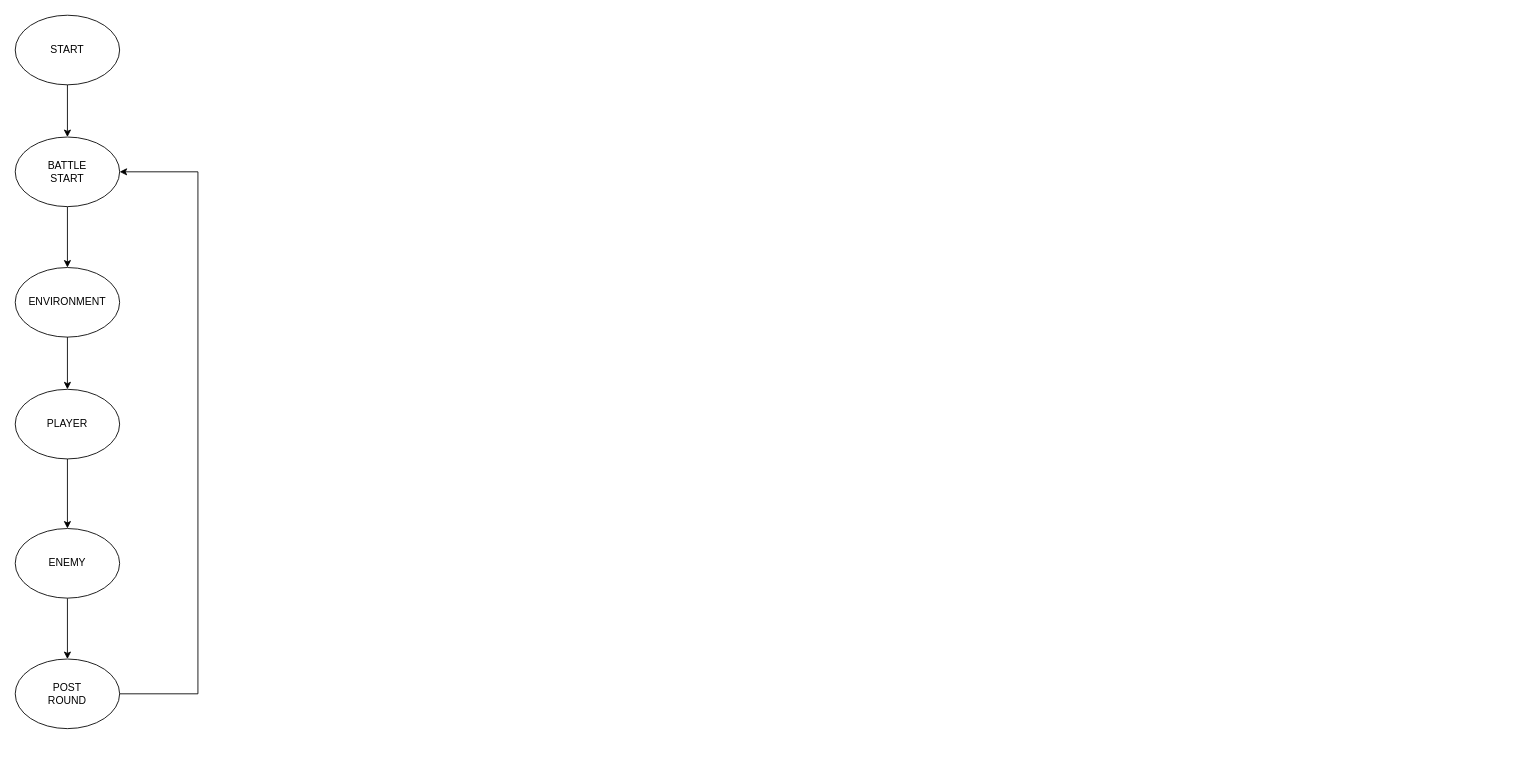
Before: Untitled Diagram.drawio in kielsan/Drawio, a draw.io diagram. Source tidied: cells renumbered, new cells numbered last; positions are measured from the earlier drawing's top-left corner, leaving out a move shared by most shapes. Both pictures are drawn from the tidied source at 87%, with x=0, y=0 at pixel (15, 15).
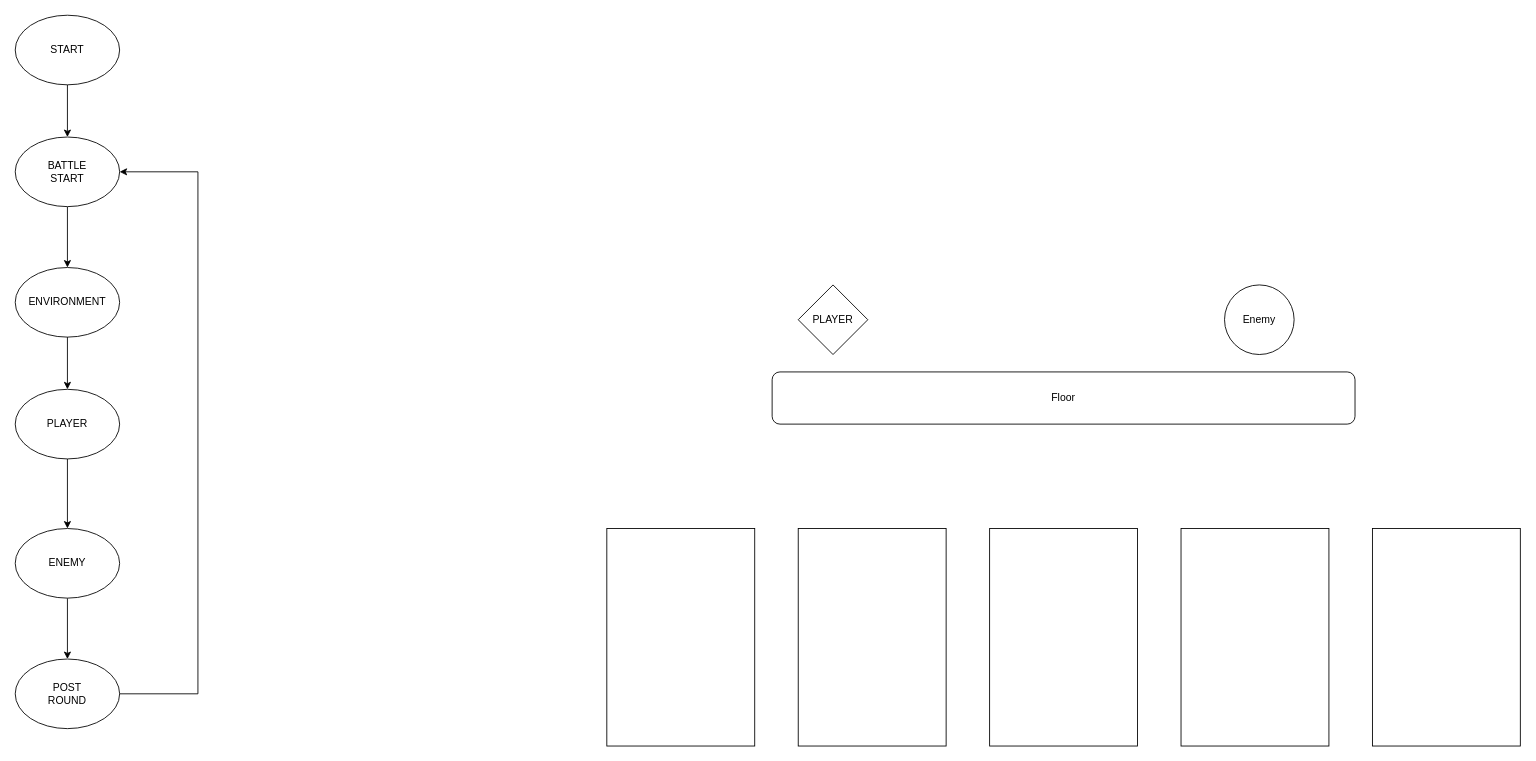
The same page after the edit.

Diff of the diagram source:
```diff
@@
+    <mxCell id="14" value="Floor" style="rounded=1;whiteSpace=wrap;html=1;" parent="1" vertex="1">
+      <mxGeometry x="870" y="410" width="670" height="60" as="geometry" />
+    </mxCell>
+    <mxCell id="15" value="Enemy" style="ellipse;whiteSpace=wrap;html=1;" parent="1" vertex="1">
+      <mxGeometry x="1390" y="310" width="80" height="80" as="geometry" />
+    </mxCell>
+    <mxCell id="16" value="PLAYER" style="rhombus;whiteSpace=wrap;html=1;" parent="1" vertex="1">
+      <mxGeometry x="900" y="310" width="80" height="80" as="geometry" />
+    </mxCell>
+    <mxCell id="17" style="whiteSpace=wrap;html=1;" parent="1" vertex="1">
+      <mxGeometry x="680" y="590" width="170" height="250" as="geometry" />
+    </mxCell>
+    <mxCell id="18" style="whiteSpace=wrap;html=1;" parent="1" vertex="1">
+      <mxGeometry x="900" y="590" width="170" height="250" as="geometry" />
+    </mxCell>
+    <mxCell id="19" style="whiteSpace=wrap;html=1;" parent="1" vertex="1">
+      <mxGeometry x="1120" y="590" width="170" height="250" as="geometry" />
+    </mxCell>
+    <mxCell id="20" style="whiteSpace=wrap;html=1;" parent="1" vertex="1">
+      <mxGeometry x="1340" y="590" width="170" height="250" as="geometry" />
+    </mxCell>
+    <mxCell id="21" style="whiteSpace=wrap;html=1;" parent="1" vertex="1">
+      <mxGeometry x="1560" y="590" width="170" height="250" as="geometry" />
+    </mxCell>
```
